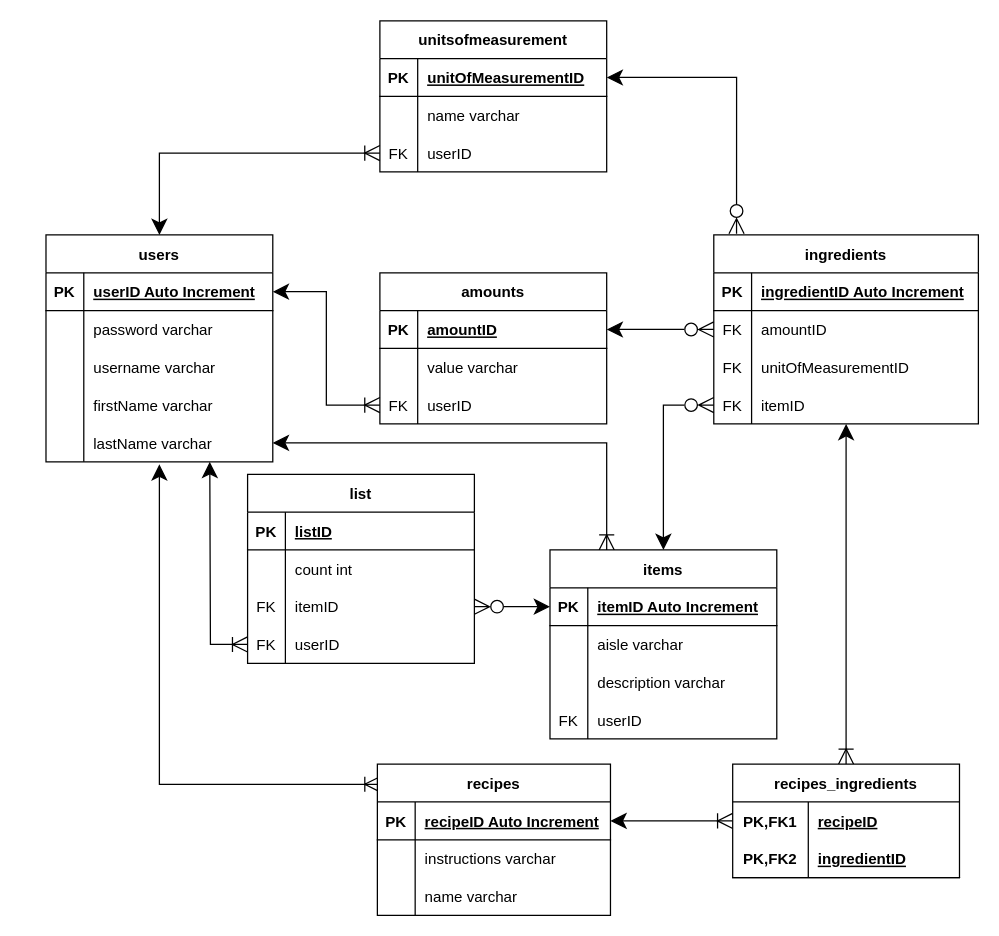
Earlier version of the draw.io diagram GBR ERD.drawio (squeekems/groceriesbyrecipe). Source tidied: cells renumbered, new cells numbered last; positions are measured from the earlier drawing's top-left corner, leaving out a move shared by most shapes. Both pictures are drawn from the tidied source at 126%, with x=0, y=0 at pixel (45, 20).
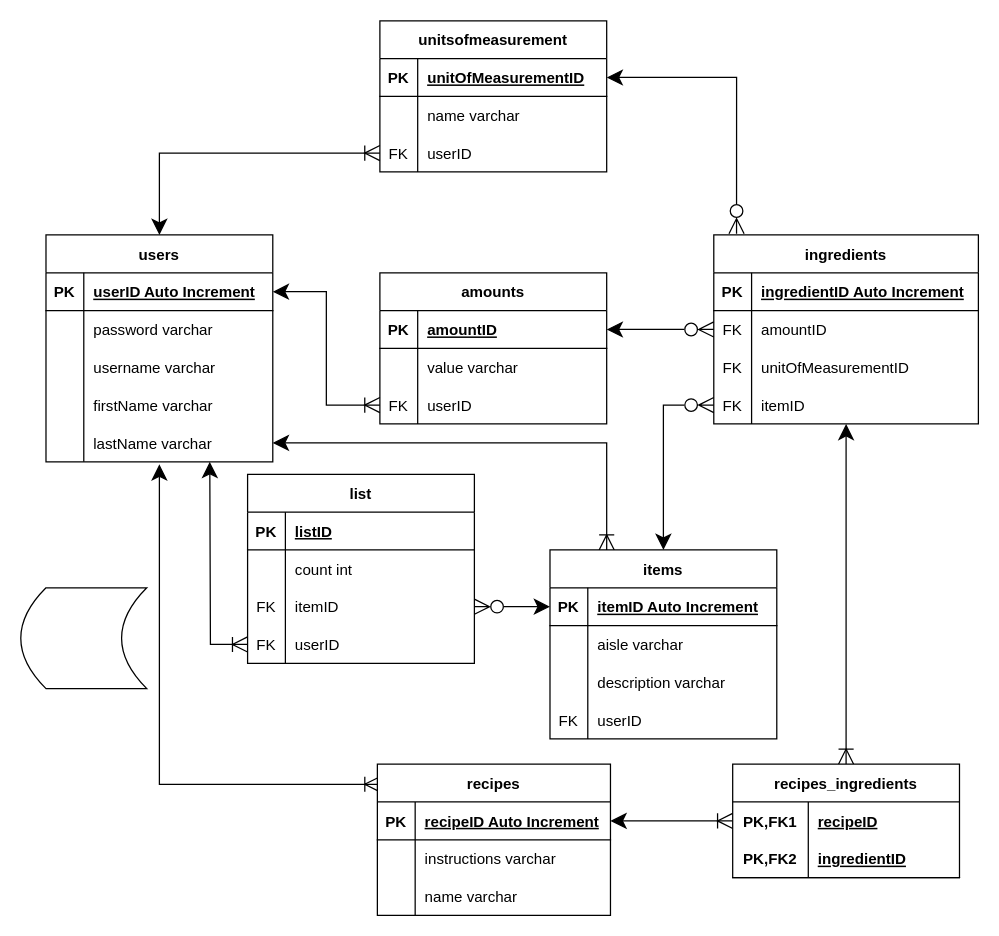
Above is the later version.

What changed in the source:
```diff
@@
+    <mxCell id="105" style="shape=dataStorage;whiteSpace=wrap;html=1;fixedSize=1;" parent="1" vertex="1">
+      <mxGeometry x="-20" y="450" width="100" height="80" as="geometry" />
+    </mxCell>
```
